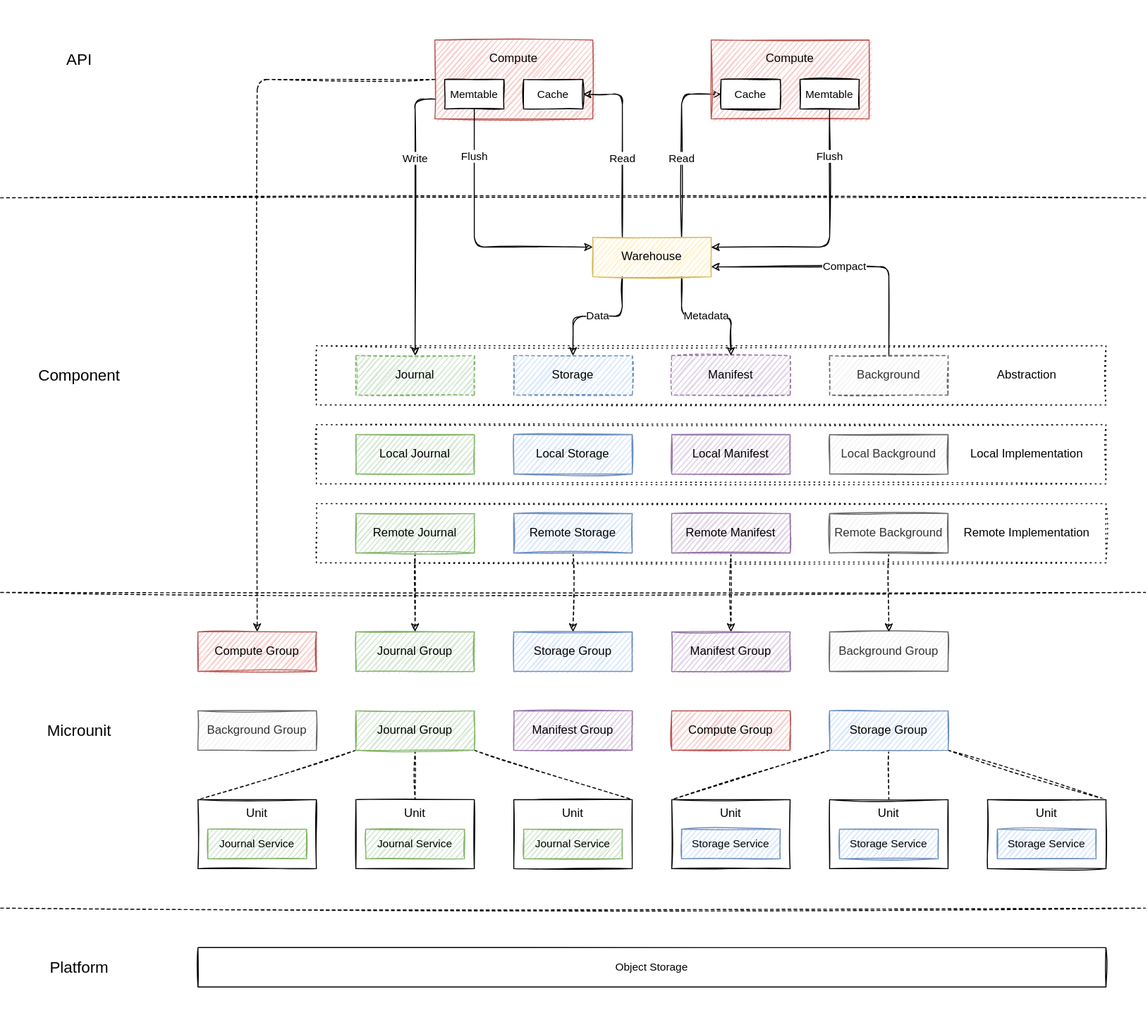
This is docs/images/architecture.drawio.svg from engula/engula, a draw.io export, as it was before one commit. Source tidied: cells renumbered, new cells last; positions are measured from the earlier drawing's top-left corner, leaving out a move shared by most shapes.
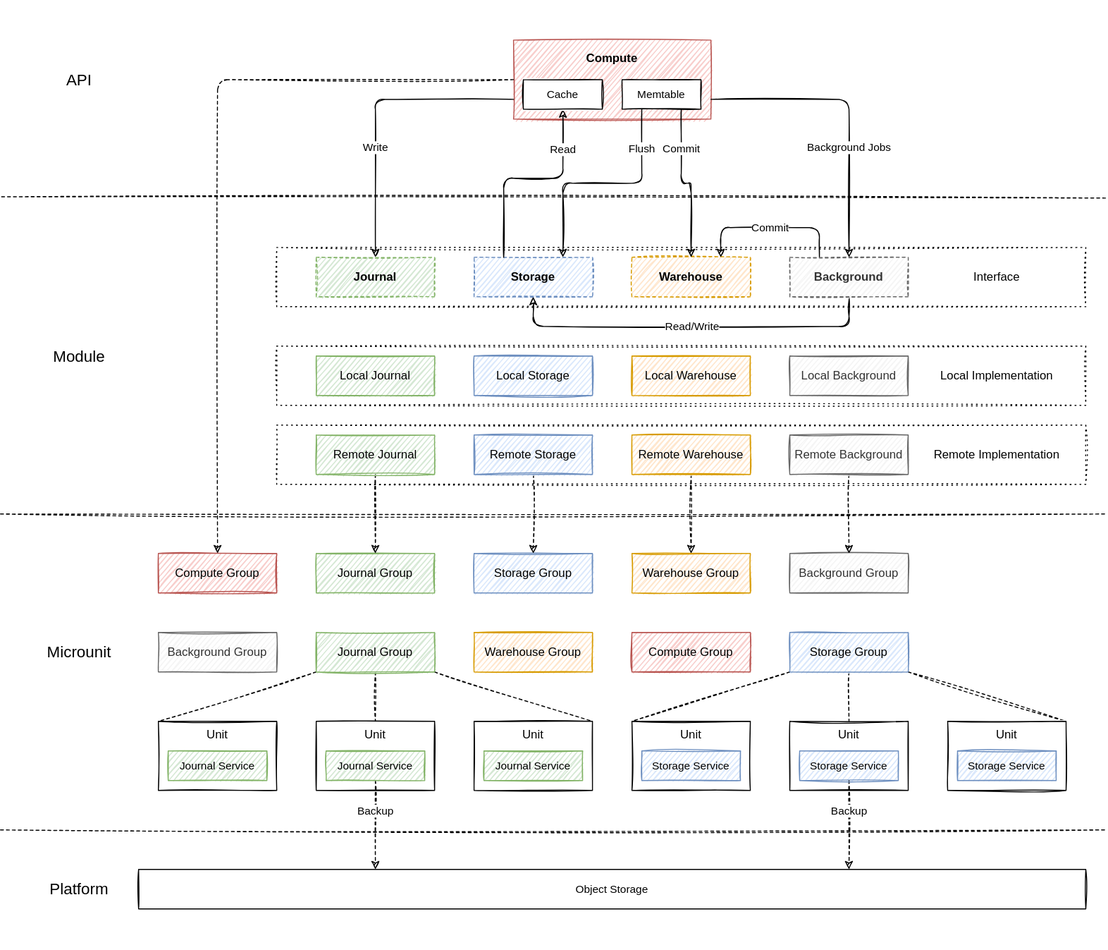
Later version of the same file.

Diff of the diagram source:
```diff
@@ -5,15 +5,15 @@
     <mxCell id="2" style="rounded=0;whiteSpace=wrap;html=1;dashed=1;dashPattern=1 4;fontSize=16;strokeColor=none;" parent="1" vertex="1">
-      <mxGeometry width="1160" height="1040" as="geometry" />
+      <mxGeometry x="40" y="80" width="1120" height="960" as="geometry" />
     </mxCell>
     <mxCell id="3" style="rounded=0;whiteSpace=wrap;html=1;fontSize=12;sketch=1;dashed=1;dashPattern=1 4;fillColor=none;" parent="1" vertex="1">
-      <mxGeometry x="320" y="350" width="800" height="60" as="geometry" />
+      <mxGeometry x="320" y="330" width="820" height="60" as="geometry" />
     </mxCell>
-    <mxCell id="4" value="Compute&lt;br&gt;&lt;br&gt;&lt;br&gt;&lt;br&gt;" style="rounded=0;whiteSpace=wrap;html=1;fontSize=12;sketch=1;fillColor=#f8cecc;strokeColor=#b85450;" parent="1" vertex="1">
-      <mxGeometry x="440" y="40" width="160" height="80" as="geometry" />
+    <mxCell id="4" value="Compute&lt;br&gt;&lt;br&gt;&lt;br&gt;&lt;br&gt;" style="rounded=0;whiteSpace=wrap;html=1;fontSize=12;sketch=1;fillColor=#f8cecc;strokeColor=#b85450;fontStyle=1;" parent="1" vertex="1">
+      <mxGeometry x="560" y="120" width="200" height="80" as="geometry" />
     </mxCell>
     <mxCell id="5" style="rounded=0;whiteSpace=wrap;html=1;fontSize=12;sketch=1;dashed=1;dashPattern=1 4;fillColor=none;" parent="1" vertex="1">
-      <mxGeometry x="320" y="510" width="800" height="60" as="geometry" />
+      <mxGeometry x="320" y="510" width="820" height="60" as="geometry" />
     </mxCell>
     <mxCell id="6" style="rounded=0;whiteSpace=wrap;html=1;fontSize=12;sketch=1;dashed=1;dashPattern=1 4;fillColor=none;" parent="1" vertex="1">
-      <mxGeometry x="320" y="430" width="800" height="60" as="geometry" />
+      <mxGeometry x="320" y="430" width="820" height="60" as="geometry" />
     </mxCell>
@@ -31,3 +31,3 @@
     </mxCell>
-    <mxCell id="11" value="Manifest Group" style="rounded=0;whiteSpace=wrap;html=1;fontSize=12;sketch=1;fillColor=#e1d5e7;strokeColor=#9673a6;" parent="1" vertex="1">
+    <mxCell id="11" value="Warehouse Group" style="rounded=0;whiteSpace=wrap;html=1;fontSize=12;sketch=1;fillColor=#ffe6cc;strokeColor=#d79b00;" parent="1" vertex="1">
       <mxGeometry x="680" y="640" width="120" height="40" as="geometry" />
@@ -43,3 +43,3 @@
     </mxCell>
-    <mxCell id="15" value="Local Manifest" style="rounded=0;whiteSpace=wrap;html=1;fontSize=12;sketch=1;fillColor=#e1d5e7;strokeColor=#9673a6;" parent="1" vertex="1">
+    <mxCell id="15" value="Local Warehouse" style="rounded=0;whiteSpace=wrap;html=1;fontSize=12;sketch=1;fillColor=#ffe6cc;strokeColor=#d79b00;" parent="1" vertex="1">
       <mxGeometry x="680" y="440" width="120" height="40" as="geometry" />
@@ -64,3 +64,3 @@
     </mxCell>
-    <mxCell id="22" value="Remote Manifest" style="rounded=0;whiteSpace=wrap;html=1;fontSize=12;sketch=1;fillColor=#e1d5e7;strokeColor=#9673a6;" parent="1" vertex="1">
+    <mxCell id="22" value="Remote Warehouse" style="rounded=0;whiteSpace=wrap;html=1;fontSize=12;sketch=1;fillColor=#ffe6cc;strokeColor=#d79b00;" parent="1" vertex="1">
       <mxGeometry x="680" y="520" width="120" height="40" as="geometry" />
@@ -73,35 +73,41 @@
     </mxCell>
-    <mxCell id="25" value="Journal" style="rounded=0;whiteSpace=wrap;html=1;fontSize=12;sketch=1;dashed=1;fillColor=#d5e8d4;strokeColor=#82b366;" parent="1" vertex="1">
-      <mxGeometry x="360" y="360" width="120" height="40" as="geometry" />
+    <mxCell id="25" value="Journal" style="rounded=0;whiteSpace=wrap;html=1;fontSize=12;sketch=1;dashed=1;fillColor=#d5e8d4;strokeColor=#82b366;fontStyle=1;" parent="1" vertex="1">
+      <mxGeometry x="360" y="340" width="120" height="40" as="geometry" />
     </mxCell>
-    <mxCell id="26" value="Storage" style="rounded=0;whiteSpace=wrap;html=1;fontSize=12;sketch=1;dashed=1;fillColor=#dae8fc;strokeColor=#6c8ebf;" parent="1" vertex="1">
-      <mxGeometry x="520" y="360" width="120" height="40" as="geometry" />
+    <mxCell id="26" value="Storage" style="rounded=0;whiteSpace=wrap;html=1;fontSize=12;sketch=1;dashed=1;fillColor=#dae8fc;strokeColor=#6c8ebf;fontStyle=1;" parent="1" vertex="1">
+      <mxGeometry x="520" y="340" width="120" height="40" as="geometry" />
     </mxCell>
-    <mxCell id="27" value="Manifest" style="rounded=0;whiteSpace=wrap;html=1;fontSize=12;sketch=1;dashed=1;fillColor=#e1d5e7;strokeColor=#9673a6;" parent="1" vertex="1">
-      <mxGeometry x="680" y="360" width="120" height="40" as="geometry" />
+    <mxCell id="27" value="Warehouse" style="rounded=0;whiteSpace=wrap;html=1;fontSize=12;sketch=1;dashed=1;fillColor=#ffe6cc;strokeColor=#d79b00;fontStyle=1;" parent="1" vertex="1">
+      <mxGeometry x="680" y="340" width="120" height="40" as="geometry" />
     </mxCell>
-    <mxCell id="28" value="Compact" style="edgeStyle=orthogonalEdgeStyle;sketch=1;html=1;exitX=0.5;exitY=0;exitDx=0;exitDy=0;entryX=1;entryY=0.75;entryDx=0;entryDy=0;fontSize=11;startArrow=none;startFill=0;endArrow=classic;endFill=1;" parent="1" edge="1" source="29" target="34">
-      <mxGeometry relative="1" as="geometry" />
-    </mxCell>
+    <mxCell id="77" value="Read/Write" style="edgeStyle=orthogonalEdgeStyle;sketch=1;html=1;exitX=0.5;exitY=1;exitDx=0;exitDy=0;entryX=0.5;entryY=1;entryDx=0;entryDy=0;" parent="1" edge="1" source="29" target="26">
+      <mxGeometry relative="1" as="geometry">
+        <Array as="points">
+          <mxPoint x="900" y="410" />
+          <mxPoint x="580" y="410" />
+        </Array>
+      </mxGeometry>
+    </mxCell>
+    <mxCell id="78" value="Commit" style="edgeStyle=orthogonalEdgeStyle;sketch=1;html=1;exitX=0.25;exitY=0;exitDx=0;exitDy=0;entryX=0.75;entryY=0;entryDx=0;entryDy=0;" parent="1" edge="1" source="29" target="27">
+      <mxGeometry relative="1" as="geometry">
+        <Array as="points">
+          <mxPoint x="870" y="310" />
+          <mxPoint x="770" y="310" />
+        </Array>
+      </mxGeometry>
+    </mxCell>
-    <mxCell id="29" value="Background" style="rounded=0;whiteSpace=wrap;html=1;fontSize=12;sketch=1;dashed=1;fillColor=#f5f5f5;strokeColor=#666666;fontColor=#333333;" parent="1" vertex="1">
-      <mxGeometry x="840" y="360" width="120" height="40" as="geometry" />
+    <mxCell id="29" value="Background" style="rounded=0;whiteSpace=wrap;html=1;fontSize=12;sketch=1;dashed=1;fillColor=#f5f5f5;strokeColor=#666666;fontColor=#333333;fontStyle=1;" parent="1" vertex="1">
+      <mxGeometry x="840" y="340" width="120" height="40" as="geometry" />
     </mxCell>
-    <mxCell id="30" value="Data" style="edgeStyle=orthogonalEdgeStyle;sketch=1;html=1;exitX=0.25;exitY=1;exitDx=0;exitDy=0;entryX=0.5;entryY=0;entryDx=0;entryDy=0;fontSize=11;startArrow=none;startFill=0;endArrow=classic;endFill=1;" parent="1" edge="1" source="34" target="26">
-      <mxGeometry relative="1" as="geometry" />
-    </mxCell>
-    <mxCell id="31" value="Metadata" style="edgeStyle=orthogonalEdgeStyle;sketch=1;html=1;exitX=0.75;exitY=1;exitDx=0;exitDy=0;entryX=0.5;entryY=0;entryDx=0;entryDy=0;fontSize=11;startArrow=none;startFill=0;endArrow=classic;endFill=1;" parent="1" edge="1" source="34" target="27">
-      <mxGeometry relative="1" as="geometry" />
-    </mxCell>
-    <mxCell id="32" value="Read" style="edgeStyle=orthogonalEdgeStyle;sketch=1;html=1;exitX=0.25;exitY=0;exitDx=0;exitDy=0;entryX=1;entryY=0.5;entryDx=0;entryDy=0;fontSize=11;startArrow=none;startFill=0;endArrow=classic;endFill=1;" parent="1" edge="1" source="34" target="51">
-      <mxGeometry x="-0.14" relative="1" as="geometry" />
+    <mxCell id="32" value="Read" style="edgeStyle=orthogonalEdgeStyle;sketch=1;html=1;exitX=0.25;exitY=0;exitDx=0;exitDy=0;entryX=0.5;entryY=1;entryDx=0;entryDy=0;fontSize=11;startArrow=none;startFill=0;endArrow=classic;endFill=1;" parent="1" edge="1" source="26" target="51">
+      <mxGeometry x="0.62" relative="1" as="geometry">
+        <Array as="points">
+          <mxPoint x="550" y="260" />
+          <mxPoint x="610" y="260" />
+        </Array>
+      </mxGeometry>
     </mxCell>
-    <mxCell id="33" value="Read" style="edgeStyle=orthogonalEdgeStyle;sketch=1;html=1;exitX=0.75;exitY=0;exitDx=0;exitDy=0;entryX=0;entryY=0.5;entryDx=0;entryDy=0;fontSize=11;startArrow=none;startFill=0;endArrow=classic;endFill=1;" parent="1" edge="1" source="34" target="55">
-      <mxGeometry x="-0.14" relative="1" as="geometry" />
-    </mxCell>
-    <mxCell id="34" value="Warehouse" style="rounded=0;whiteSpace=wrap;html=1;fontSize=12;sketch=1;fillColor=#fff2cc;strokeColor=#d6b656;" parent="1" vertex="1">
-      <mxGeometry x="600" y="240" width="120" height="40" as="geometry" />
-    </mxCell>
     <mxCell id="35" style="endArrow=none;dashed=1;html=1;fontSize=12;sketch=1;" parent="1" edge="1">
       <mxGeometry relative="1" as="geometry">
-        <mxPoint y="600" as="sourcePoint" />
+        <mxPoint x="40" y="600" as="sourcePoint" />
         <mxPoint x="1160" y="600" as="targetPoint" />
@@ -127,3 +133,3 @@
     </mxCell>
-    <mxCell id="42" value="Manifest Group" style="rounded=0;whiteSpace=wrap;html=1;fontSize=12;sketch=1;fillColor=#e1d5e7;strokeColor=#9673a6;" parent="1" vertex="1">
+    <mxCell id="42" value="Warehouse Group" style="rounded=0;whiteSpace=wrap;html=1;fontSize=12;sketch=1;fillColor=#ffe6cc;strokeColor=#d79b00;" parent="1" vertex="1">
       <mxGeometry x="520" y="720" width="120" height="40" as="geometry" />
@@ -133,2 +139,5 @@
     </mxCell>
+    <mxCell id="79" value="Backup" style="edgeStyle=orthogonalEdgeStyle;sketch=1;html=1;exitX=0.5;exitY=1;exitDx=0;exitDy=0;entryX=0.75;entryY=0;entryDx=0;entryDy=0;dashed=1;" parent="1" edge="1" source="44" target="61">
+      <mxGeometry x="-0.33" relative="1" as="geometry" />
+    </mxCell>
     <mxCell id="44" value="Storage Service" style="rounded=0;whiteSpace=wrap;html=1;fontSize=11;sketch=1;fillColor=#dae8fc;strokeColor=#6c8ebf;" parent="1" vertex="1">
@@ -146,25 +155,19 @@
     <mxCell id="48" value="Write" style="edgeStyle=orthogonalEdgeStyle;sketch=1;html=1;exitX=0;exitY=0.75;exitDx=0;exitDy=0;entryX=0.5;entryY=0;entryDx=0;entryDy=0;fontSize=11;startArrow=none;startFill=0;endArrow=classic;endFill=1;" parent="1" edge="1" source="4" target="25">
-      <mxGeometry x="-0.43" relative="1" as="geometry" />
+      <mxGeometry x="0.27" relative="1" as="geometry" />
     </mxCell>
-    <mxCell id="49" value="Flush" style="edgeStyle=orthogonalEdgeStyle;sketch=1;html=1;exitX=0.5;exitY=1;exitDx=0;exitDy=0;entryX=0;entryY=0.25;entryDx=0;entryDy=0;fontSize=11;startArrow=none;startFill=0;endArrow=classic;endFill=1;" parent="1" edge="1" source="50" target="34">
-      <mxGeometry x="-0.63" relative="1" as="geometry" />
+    <mxCell id="49" value="Flush" style="edgeStyle=orthogonalEdgeStyle;sketch=1;html=1;exitX=0.25;exitY=1;exitDx=0;exitDy=0;fontSize=11;startArrow=none;startFill=0;endArrow=classic;endFill=1;entryX=0.75;entryY=0;entryDx=0;entryDy=0;" parent="1" edge="1" source="50" target="26">
+      <mxGeometry x="-0.65" relative="1" as="geometry" />
     </mxCell>
+    <mxCell id="80" value="Commit" style="edgeStyle=orthogonalEdgeStyle;sketch=1;html=1;exitX=0.75;exitY=1;exitDx=0;exitDy=0;entryX=0.5;entryY=0;entryDx=0;entryDy=0;entryPerimeter=0;" parent="1" edge="1" source="50" target="27">
+      <mxGeometry x="-0.5" relative="1" as="geometry" />
+    </mxCell>
     <mxCell id="50" value="Memtable" style="rounded=0;whiteSpace=wrap;html=1;fontSize=11;sketch=1;" parent="1" vertex="1">
-      <mxGeometry x="450" y="80" width="60" height="30" as="geometry" />
+      <mxGeometry x="670" y="160" width="80" height="30" as="geometry" />
     </mxCell>
     <mxCell id="51" value="Cache" style="rounded=0;whiteSpace=wrap;html=1;fontSize=11;sketch=1;" parent="1" vertex="1">
-      <mxGeometry x="530" y="80" width="60" height="30" as="geometry" />
+      <mxGeometry x="570" y="160" width="80" height="30" as="geometry" />
     </mxCell>
-    <mxCell id="52" value="Compute&lt;br&gt;&lt;br&gt;&lt;br&gt;&lt;br&gt;" style="rounded=0;whiteSpace=wrap;html=1;fontSize=12;sketch=1;fillColor=#f8cecc;strokeColor=#b85450;" parent="1" vertex="1">
-      <mxGeometry x="720" y="40" width="160" height="80" as="geometry" />
-    </mxCell>
-    <mxCell id="53" value="Flush" style="edgeStyle=orthogonalEdgeStyle;sketch=1;html=1;exitX=0.5;exitY=1;exitDx=0;exitDy=0;entryX=1;entryY=0.25;entryDx=0;entryDy=0;fontSize=11;startArrow=none;startFill=0;endArrow=classic;endFill=1;" parent="1" edge="1" source="54" target="34">
-      <mxGeometry x="-0.63" relative="1" as="geometry" />
-    </mxCell>
-    <mxCell id="54" value="Memtable" style="rounded=0;whiteSpace=wrap;html=1;fontSize=11;sketch=1;" parent="1" vertex="1">
-      <mxGeometry x="810" y="80" width="60" height="30" as="geometry" />
-    </mxCell>
-    <mxCell id="55" value="Cache" style="rounded=0;whiteSpace=wrap;html=1;fontSize=11;sketch=1;" parent="1" vertex="1">
-      <mxGeometry x="730" y="80" width="60" height="30" as="geometry" />
-    </mxCell>
+    <mxCell id="81" value="Background Jobs" style="edgeStyle=orthogonalEdgeStyle;html=1;exitX=1;exitY=0.75;exitDx=0;exitDy=0;entryX=0.5;entryY=0;entryDx=0;entryDy=0;sketch=1;" parent="1" edge="1" source="4" target="29">
+      <mxGeometry x="0.27" relative="1" as="geometry" />
+    </mxCell>
     <mxCell id="56" value="Compute Group" style="rounded=0;whiteSpace=wrap;html=1;fontSize=12;sketch=1;fillColor=#f8cecc;strokeColor=#b85450;" parent="1" vertex="1">
@@ -185,3 +188,3 @@
     <mxCell id="61" value="Object Storage" style="rounded=0;whiteSpace=wrap;html=1;fontSize=11;sketch=1;" parent="1" vertex="1">
-      <mxGeometry x="200" y="960" width="920" height="40" as="geometry" />
+      <mxGeometry x="180" y="960" width="960" height="40" as="geometry" />
     </mxCell>
@@ -196,2 +199,5 @@
     </mxCell>
+    <mxCell id="82" value="Backup" style="edgeStyle=orthogonalEdgeStyle;sketch=1;html=1;exitX=0.5;exitY=1;exitDx=0;exitDy=0;entryX=0.25;entryY=0;entryDx=0;entryDy=0;dashed=1;" parent="1" edge="1" source="65" target="61">
+      <mxGeometry x="-0.33" relative="1" as="geometry" />
+    </mxCell>
     <mxCell id="65" value="Journal Service" style="rounded=0;whiteSpace=wrap;html=1;fontSize=11;sketch=1;fillColor=#d5e8d4;strokeColor=#82b366;" parent="1" vertex="1">
@@ -205,6 +211,5 @@
     </mxCell>
-    <mxCell id="68" style="endArrow=none;dashed=1;html=1;fontSize=12;sketch=1;" parent="1" edge="1">
+    <mxCell id="68" style="endArrow=none;dashed=1;html=1;fontSize=12;sketch=1;exitX=0.001;exitY=0.207;exitDx=0;exitDy=0;exitPerimeter=0;" parent="1" edge="1" source="2">
       <mxGeometry relative="1" as="geometry">
-        <mxPoint y="200" as="sourcePoint" />
-        <mxPoint x="1160" y="200" as="targetPoint" />
+        <mxPoint x="1160" y="280" as="targetPoint" />
       </mxGeometry>
@@ -213,3 +218,3 @@
       <mxGeometry relative="1" as="geometry">
-        <mxPoint y="920" as="sourcePoint" />
+        <mxPoint x="40" y="920" as="sourcePoint" />
         <mxPoint x="1160" y="920" as="targetPoint" />
@@ -217,22 +222,22 @@
     </mxCell>
-    <mxCell id="70" value="Abstraction" style="text;html=1;strokeColor=none;fillColor=none;align=center;verticalAlign=middle;whiteSpace=wrap;rounded=0;dashed=1;dashPattern=1 4;fontSize=12;" parent="1" vertex="1">
-      <mxGeometry x="970" y="360" width="140" height="40" as="geometry" />
+    <mxCell id="70" value="Interface" style="text;html=1;strokeColor=none;fillColor=none;align=center;verticalAlign=middle;whiteSpace=wrap;rounded=0;dashed=1;dashPattern=1 4;fontSize=12;" parent="1" vertex="1">
+      <mxGeometry x="980" y="340" width="140" height="40" as="geometry" />
     </mxCell>
     <mxCell id="71" value="Local Implementation" style="text;html=1;strokeColor=none;fillColor=none;align=center;verticalAlign=middle;whiteSpace=wrap;rounded=0;dashed=1;dashPattern=1 4;fontSize=12;" parent="1" vertex="1">
-      <mxGeometry x="970" y="440" width="140" height="40" as="geometry" />
+      <mxGeometry x="980" y="440" width="140" height="40" as="geometry" />
     </mxCell>
     <mxCell id="72" value="Remote Implementation" style="text;html=1;strokeColor=none;fillColor=none;align=center;verticalAlign=middle;whiteSpace=wrap;rounded=0;dashed=1;dashPattern=1 4;fontSize=12;" parent="1" vertex="1">
-      <mxGeometry x="970" y="520" width="140" height="40" as="geometry" />
+      <mxGeometry x="980" y="520" width="140" height="40" as="geometry" />
     </mxCell>
-    <mxCell id="73" value="Component" style="text;html=1;strokeColor=none;fillColor=none;align=center;verticalAlign=middle;whiteSpace=wrap;rounded=0;dashed=1;dashPattern=1 4;fontSize=16;" parent="1" vertex="1">
-      <mxGeometry y="360" width="160" height="40" as="geometry" />
+    <mxCell id="73" value="Module" style="text;html=1;strokeColor=none;fillColor=none;align=center;verticalAlign=middle;whiteSpace=wrap;rounded=0;dashed=1;dashPattern=1 4;fontSize=16;" parent="1" vertex="1">
+      <mxGeometry x="60" y="420" width="120" height="40" as="geometry" />
     </mxCell>
     <mxCell id="74" value="Microunit" style="text;html=1;strokeColor=none;fillColor=none;align=center;verticalAlign=middle;whiteSpace=wrap;rounded=0;dashed=1;dashPattern=1 4;fontSize=16;" parent="1" vertex="1">
-      <mxGeometry y="720" width="160" height="40" as="geometry" />
+      <mxGeometry x="60" y="720" width="120" height="40" as="geometry" />
     </mxCell>
     <mxCell id="75" value="Platform" style="text;html=1;strokeColor=none;fillColor=none;align=center;verticalAlign=middle;whiteSpace=wrap;rounded=0;dashed=1;dashPattern=1 4;fontSize=16;" parent="1" vertex="1">
-      <mxGeometry y="960" width="160" height="40" as="geometry" />
+      <mxGeometry x="60" y="960" width="120" height="40" as="geometry" />
     </mxCell>
     <mxCell id="76" value="API" style="text;html=1;strokeColor=none;fillColor=none;align=center;verticalAlign=middle;whiteSpace=wrap;rounded=0;dashed=1;dashPattern=1 4;fontSize=16;" parent="1" vertex="1">
-      <mxGeometry y="40" width="160" height="40" as="geometry" />
+      <mxGeometry x="60" y="140" width="120" height="40" as="geometry" />
     </mxCell>
```
